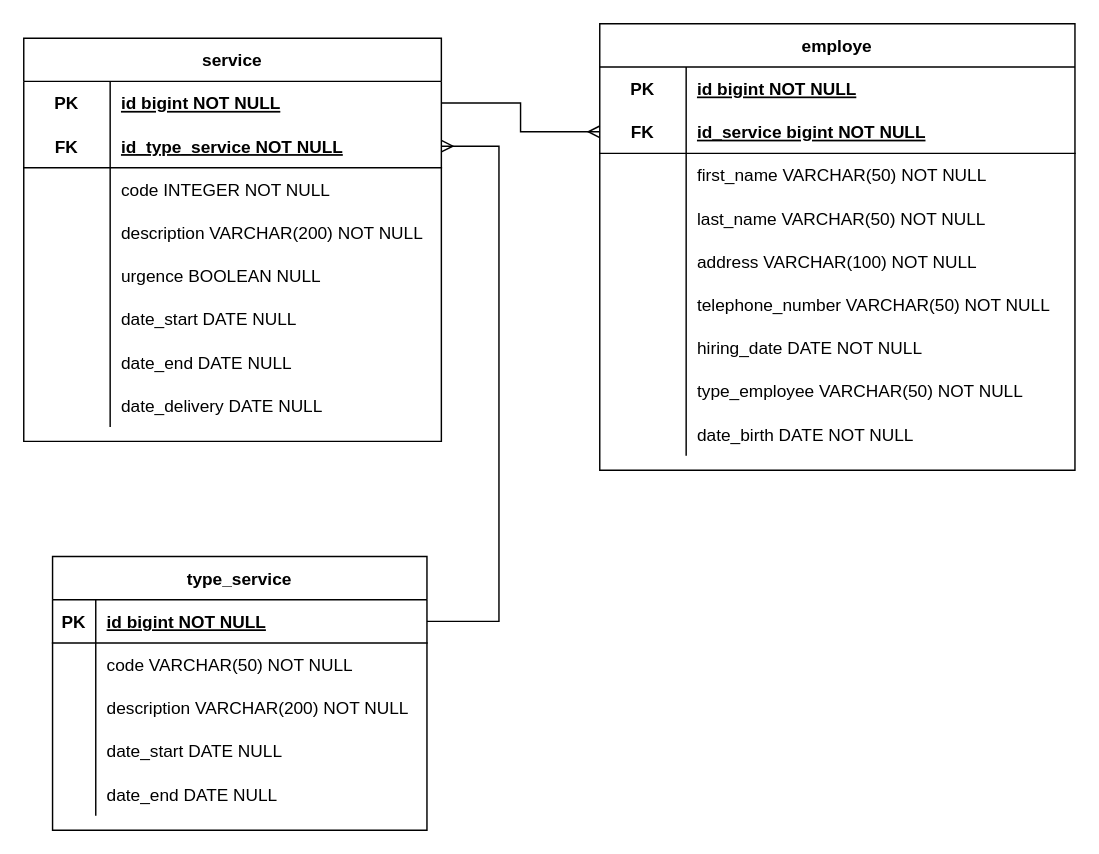
This is Diagrams/Employee Diagram.drawio from JulianaMedinaF/iCommercewebDiagrams, a draw.io file, before an edit. Source tidied: cells renumbered, new cells numbered last; positions are measured from the earlier drawing's top-left corner, leaving out a move shared by most shapes. Both pictures are drawn from the tidied source at 144%, with x=0, y=0 at pixel (23, 23).
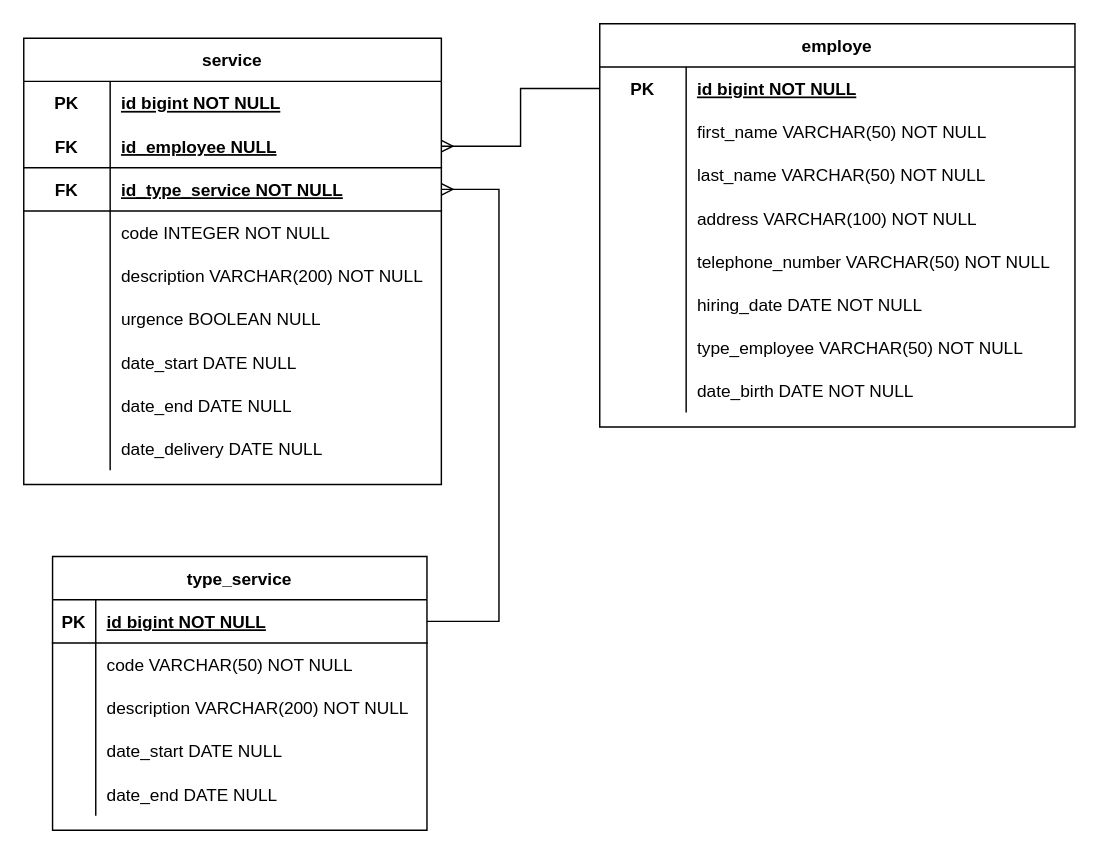
After the change.

The change refers to these unchanged cells:
```xml
<mxCell id="3" style="shape=partialRectangle;fillColor=none;top=0;left=0;bottom=0;right=0;points=[[0,0.5],[1,0.5]];portConstraint=eastwest;" parent="2" vertex="1">
  <mxGeometry y="30" width="330" height="30" as="geometry" />
</mxCell>
<mxCell id="31" style="shape=partialRectangle;fillColor=none;top=0;left=0;bottom=0;right=0;points=[[0,0.5],[1,0.5]];portConstraint=eastwest;" parent="30" vertex="1">
  <mxGeometry y="30" width="290" height="30" as="geometry" />
</mxCell>
<mxCell id="58" style="shape=partialRectangle;fillColor=none;top=0;left=0;bottom=1;right=0;points=[[0,0.5],[1,0.5]];portConstraint=eastwest;" parent="57" vertex="1">
  <mxGeometry y="30" width="260" height="30" as="geometry" />
</mxCell>
```

Change to the diagram source:
```diff
@@
     <mxCell id="2" value="employe" style="shape=table;startSize=30;childLayout=tableLayout;rowLines=0;fontStyle=1;align=center;" parent="1" vertex="1">
-      <mxGeometry x="400" width="330" height="310" as="geometry" />
+      <mxGeometry x="400" width="330" height="280" as="geometry" />
     </mxCell>
@@
-    <mxCell id="6" style="shape=partialRectangle;fillColor=none;top=0;left=0;bottom=1;right=0;points=[[0,0.5],[1,0.5]];portConstraint=eastwest;" parent="2" vertex="1">
-      <mxGeometry y="60" width="330" height="30" as="geometry" />
-    </mxCell>
-    <mxCell id="7" value="FK" style="shape=partialRectangle;fillColor=none;top=0;left=0;bottom=0;right=0;fontStyle=1;overflow=hidden;" parent="6" vertex="1">
-      <mxGeometry width="60" height="30" as="geometry" />
-    </mxCell>
-    <mxCell id="8" value=" id_service bigint NOT NULL" style="shape=partialRectangle;fillColor=none;top=0;left=0;bottom=0;right=0;align=left;spacingLeft=6;fontStyle=5;overflow=hidden;" parent="6" vertex="1">
-      <mxGeometry x="60" width="270" height="30" as="geometry" />
-    </mxCell>
     <mxCell id="9" style="shape=partialRectangle;fillColor=none;top=0;left=0;bottom=0;right=0;" parent="2" vertex="1">
-      <mxGeometry y="90" width="330" height="30" as="geometry" />
+      <mxGeometry y="60" width="330" height="30" as="geometry" />
     </mxCell>
@@
     <mxCell id="12" style="shape=partialRectangle;fillColor=none;top=0;left=0;bottom=0;right=0;" parent="2" vertex="1">
-      <mxGeometry y="120" width="330" height="30" as="geometry" />
+      <mxGeometry y="90" width="330" height="30" as="geometry" />
     </mxCell>
@@
     <mxCell id="15" style="shape=partialRectangle;fillColor=none;top=0;left=0;bottom=0;right=0;" parent="2" vertex="1">
-      <mxGeometry y="150" width="330" height="30" as="geometry" />
+      <mxGeometry y="120" width="330" height="30" as="geometry" />
     </mxCell>
@@
     <mxCell id="18" style="shape=partialRectangle;fillColor=none;top=0;left=0;bottom=0;right=0;" parent="2" vertex="1">
-      <mxGeometry y="180" width="330" height="30" as="geometry" />
+      <mxGeometry y="150" width="330" height="30" as="geometry" />
     </mxCell>
@@
     <mxCell id="21" style="shape=partialRectangle;fillColor=none;top=0;left=0;bottom=0;right=0;" parent="2" vertex="1">
-      <mxGeometry y="210" width="330" height="30" as="geometry" />
+      <mxGeometry y="180" width="330" height="30" as="geometry" />
     </mxCell>
@@
     <mxCell id="24" style="shape=partialRectangle;fillColor=none;top=0;left=0;bottom=0;right=0;" parent="2" vertex="1">
-      <mxGeometry y="240" width="330" height="30" as="geometry" />
+      <mxGeometry y="210" width="330" height="30" as="geometry" />
     </mxCell>
@@
     <mxCell id="27" style="shape=partialRectangle;fillColor=none;top=0;left=0;bottom=0;right=0;" parent="2" vertex="1">
-      <mxGeometry y="270" width="330" height="30" as="geometry" />
+      <mxGeometry y="240" width="330" height="30" as="geometry" />
     </mxCell>
@@
     <mxCell id="30" value="service" style="shape=table;startSize=30;childLayout=tableLayout;rowLines=0;fontStyle=1;align=center;" parent="1" vertex="1">
-      <mxGeometry y="10" width="290" height="280" as="geometry" />
+      <mxGeometry y="10" width="290" height="310" as="geometry" />
     </mxCell>
@@
+    <mxCell id="73" style="shape=partialRectangle;fillColor=none;top=0;left=0;bottom=1;right=0;points=[[0,0.5],[1,0.5]];portConstraint=eastwest;" parent="30" vertex="1">
+      <mxGeometry y="60" width="290" height="30" as="geometry" />
+    </mxCell>
+    <mxCell id="7" value="FK" style="shape=partialRectangle;fillColor=none;top=0;left=0;bottom=0;right=0;fontStyle=1;overflow=hidden;" parent="73" vertex="1">
+      <mxGeometry width="60" height="30" as="geometry" />
+    </mxCell>
+    <mxCell id="74" value="id_employee NULL" style="shape=partialRectangle;fillColor=none;top=0;left=0;bottom=0;right=0;align=left;spacingLeft=6;fontStyle=5;overflow=hidden;" parent="73" vertex="1">
+      <mxGeometry x="60" width="230" height="30" as="geometry" />
+    </mxCell>
     <mxCell id="34" style="shape=partialRectangle;fillColor=none;top=0;left=0;bottom=1;right=0;points=[[0,0.5],[1,0.5]];portConstraint=eastwest;" parent="30" vertex="1">
-      <mxGeometry y="60" width="290" height="30" as="geometry" />
+      <mxGeometry y="90" width="290" height="30" as="geometry" />
     </mxCell>
@@
     <mxCell id="37" style="shape=partialRectangle;fillColor=none;top=0;left=0;bottom=0;right=0;" parent="30" vertex="1">
-      <mxGeometry y="90" width="290" height="30" as="geometry" />
+      <mxGeometry y="120" width="290" height="30" as="geometry" />
     </mxCell>
@@
     <mxCell id="40" style="shape=partialRectangle;fillColor=none;top=0;left=0;bottom=0;right=0;" parent="30" vertex="1">
-      <mxGeometry y="120" width="290" height="30" as="geometry" />
+      <mxGeometry y="150" width="290" height="30" as="geometry" />
     </mxCell>
@@
     <mxCell id="43" style="shape=partialRectangle;fillColor=none;top=0;left=0;bottom=0;right=0;" parent="30" vertex="1">
-      <mxGeometry y="150" width="290" height="30" as="geometry" />
+      <mxGeometry y="180" width="290" height="30" as="geometry" />
     </mxCell>
@@
     <mxCell id="46" style="shape=partialRectangle;fillColor=none;top=0;left=0;bottom=0;right=0;" parent="30" vertex="1">
-      <mxGeometry y="180" width="290" height="30" as="geometry" />
+      <mxGeometry y="210" width="290" height="30" as="geometry" />
     </mxCell>
@@
     <mxCell id="49" style="shape=partialRectangle;fillColor=none;top=0;left=0;bottom=0;right=0;" parent="30" vertex="1">
-      <mxGeometry y="210" width="290" height="30" as="geometry" />
+      <mxGeometry y="240" width="290" height="30" as="geometry" />
     </mxCell>
@@
     <mxCell id="52" style="shape=partialRectangle;fillColor=none;top=0;left=0;bottom=0;right=0;" parent="30" vertex="1">
-      <mxGeometry y="240" width="290" height="30" as="geometry" />
+      <mxGeometry y="270" width="290" height="30" as="geometry" />
     </mxCell>
@@
-    <mxCell id="55" style="edgeStyle=orthogonalEdgeStyle;rounded=0;jettySize=auto;html=1;exitX=1;exitY=0.5;exitDx=0;exitDy=0;entryX=0;entryY=0.5;entryDx=0;entryDy=0;endArrow=ERmany;endFill=0;" parent="1" edge="1" source="31" target="6">
-      <mxGeometry relative="1" as="geometry" />
-    </mxCell>
     <mxCell id="56" style="edgeStyle=orthogonalEdgeStyle;rounded=0;jettySize=auto;html=1;exitX=1;exitY=0.5;exitDx=0;exitDy=0;entryX=1;entryY=0.5;entryDx=0;entryDy=0;endArrow=ERmany;endFill=0;" parent="1" edge="1" source="58" target="34">
       <mxGeometry relative="1" as="geometry">
         <Array as="points">
           <mxPoint x="330" y="415" />
-          <mxPoint x="330" y="85" />
+          <mxPoint x="330" y="115" />
         </Array>
       </mxGeometry>
     </mxCell>
@@
+    <mxCell id="75" style="edgeStyle=orthogonalEdgeStyle;rounded=0;jettySize=auto;html=1;exitX=0;exitY=0.5;exitDx=0;exitDy=0;entryX=1;entryY=0.5;entryDx=0;entryDy=0;endArrow=ERmany;endFill=0;" parent="1" edge="1" source="3" target="73">
+      <mxGeometry relative="1" as="geometry" />
+    </mxCell>
```
